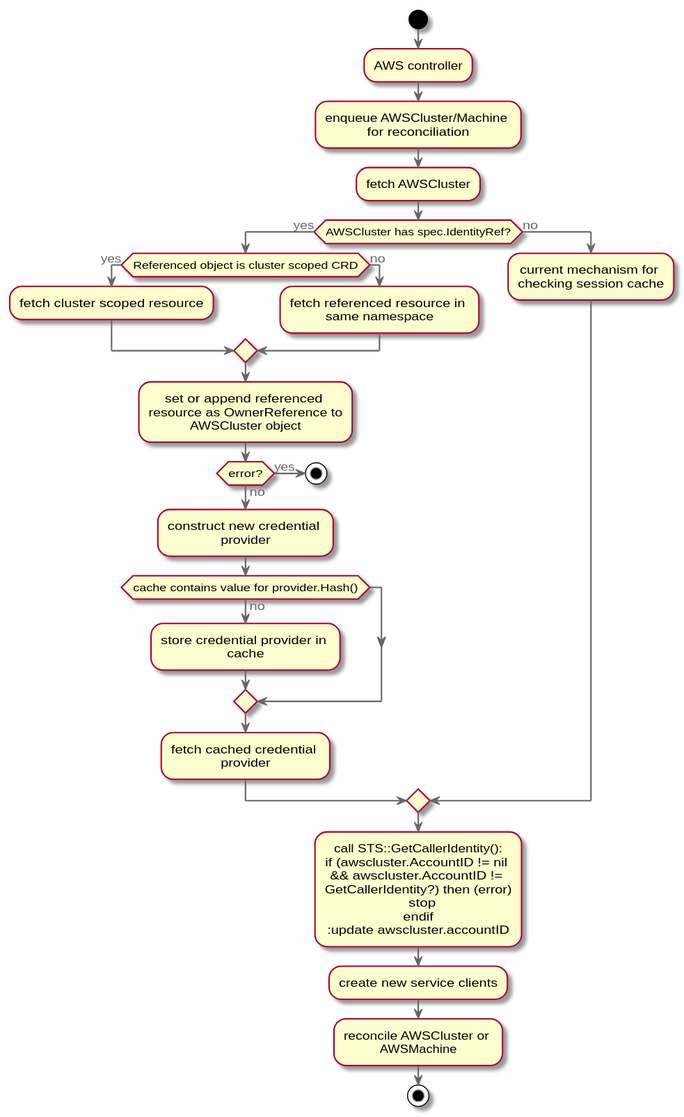
This is docs/proposal/20200506-single-controller-multitenancy-flow.svg from dropbox-code/repo-9, a PlantUML export, as it was before one commit.
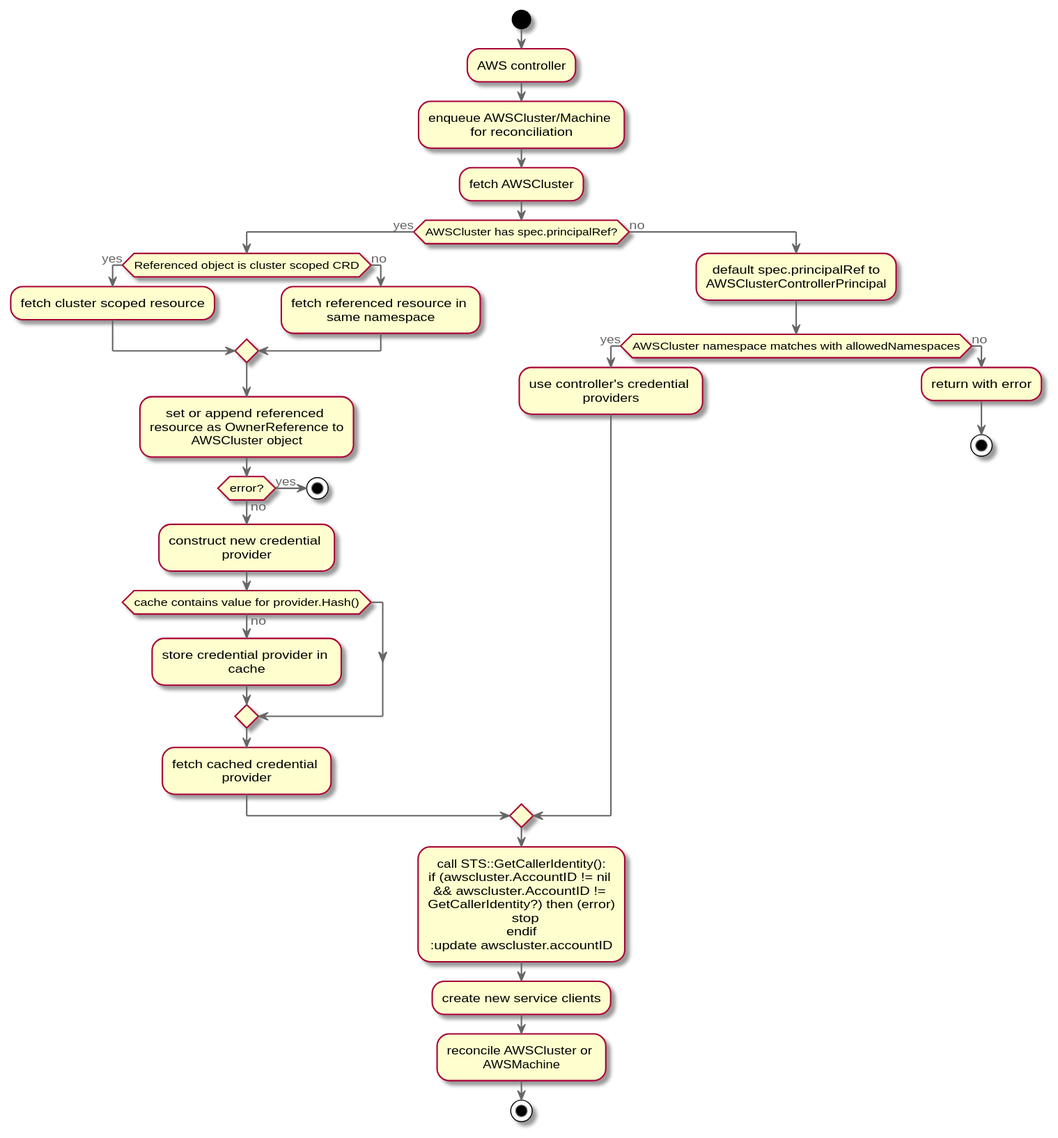
The same file after the commit.

Commit message:
Restrict controller credential usage to only allowedNamespaces Co-authored-by: Naadir Jeewa <jeewan@vmware.com>

The edit, as a diff of the source:
```diff
@@ -1,142 +1,11 @@
 @startuml 20200506-single-controller-multitenancy-flow
-
-
-
-
-
-skinparam defaultTextAlignment center
-
-skinparam wrapWidth 200
-skinparam maxMessageSize 150
-
-skinparam rectangle {
-    StereotypeFontSize 12
-    shadowing false
-}
-
-skinparam database {
-    StereotypeFontSize 12
-    shadowing false
-}
-
-skinparam Arrow {
-    Color #666666
-    FontColor #666666
-    FontSize 12
-}
-
-skinparam rectangle<<boundary>> {
-    Shadowing false
-    StereotypeFontSize 0
-    FontColor #444444
-    BorderColor #444444
-    BorderStyle dashed
-}
-
-
-
-
-
-
-
-
-
-
-
-
-
-
-
-
-
-
-
-
-
-
-skinparam rectangle<<person>> {
-    StereotypeFontColor #FFFFFF
-    FontColor #FFFFFF
-    BackgroundColor #08427B
-    BorderColor #073B6F
-}
-
-skinparam rectangle<<external_person>> {
-    StereotypeFontColor #FFFFFF
-    FontColor #FFFFFF
-    BackgroundColor #686868
-    BorderColor #8A8A8A
-}
-
-skinparam rectangle<<system>> {
-    StereotypeFontColor #FFFFFF
-    FontColor #FFFFFF
-    BackgroundColor #1168BD
-    BorderColor #3C7FC0
-}
-
-skinparam rectangle<<external_system>> {
-    StereotypeFontColor #FFFFFF
-    FontColor #FFFFFF
-    BackgroundColor #999999
-    BorderColor #8A8A8A
-}
-
-skinparam database<<system>> {
-    StereotypeFontColor #FFFFFF
-    FontColor #FFFFFF
-    BackgroundColor #1168BD
-    BorderColor #3C7FC0
-}
-
-skinparam database<<external_system>> {
-    StereotypeFontColor #FFFFFF
-    FontColor #FFFFFF
-    BackgroundColor #999999
-    BorderColor #8A8A8A
-}
-
-
-
-
-
-
-
-
-
-
-
-
-
-
-
-
-skinparam rectangle<<container>> {
-    StereotypeFontColor #FFFFFF
-    FontColor #FFFFFF
-    BackgroundColor #438DD5
-    BorderColor #3C7FC0
-}
-
-skinparam database<<container>> {
-    StereotypeFontColor #FFFFFF
-    FontColor #FFFFFF
-    BackgroundColor #438DD5
-    BorderColor #3C7FC0
-}
-
-
-
-
-
-
-
+!includeurl https://raw.githubusercontent.com/RicardoNiepel/C4-PlantUML/release/1-0/C4_Container.puml
 
 start
 :AWS controller;
 :enqueue AWSCluster/Machine for reconciliation;
 :fetch AWSCluster;
-if (AWSCluster has spec.IdentityRef?) then (yes)
+if (AWSCluster has spec.principalRef?) then (yes)
   if (Referenced object is cluster scoped CRD) then (yes)
     :fetch cluster scoped resource;
   else (no)
@@ -153,7 +22,13 @@
     :fetch cached credential provider;
   endif
 else (no)
-  :current mechanism for checking session cache;
+  : default spec.principalRef to AWSClusterControllerPrincipal;
+  if (AWSCluster namespace matches with allowedNamespaces) then (yes)
+    :use controller's credential providers;
+  else (no)
+    :return with error;
+    stop
+  endif
 endif
 :call STS::GetCallerIdentity():
 if (awscluster.AccountID != nil && awscluster.AccountID != GetCallerIdentity?) then (error)
```
